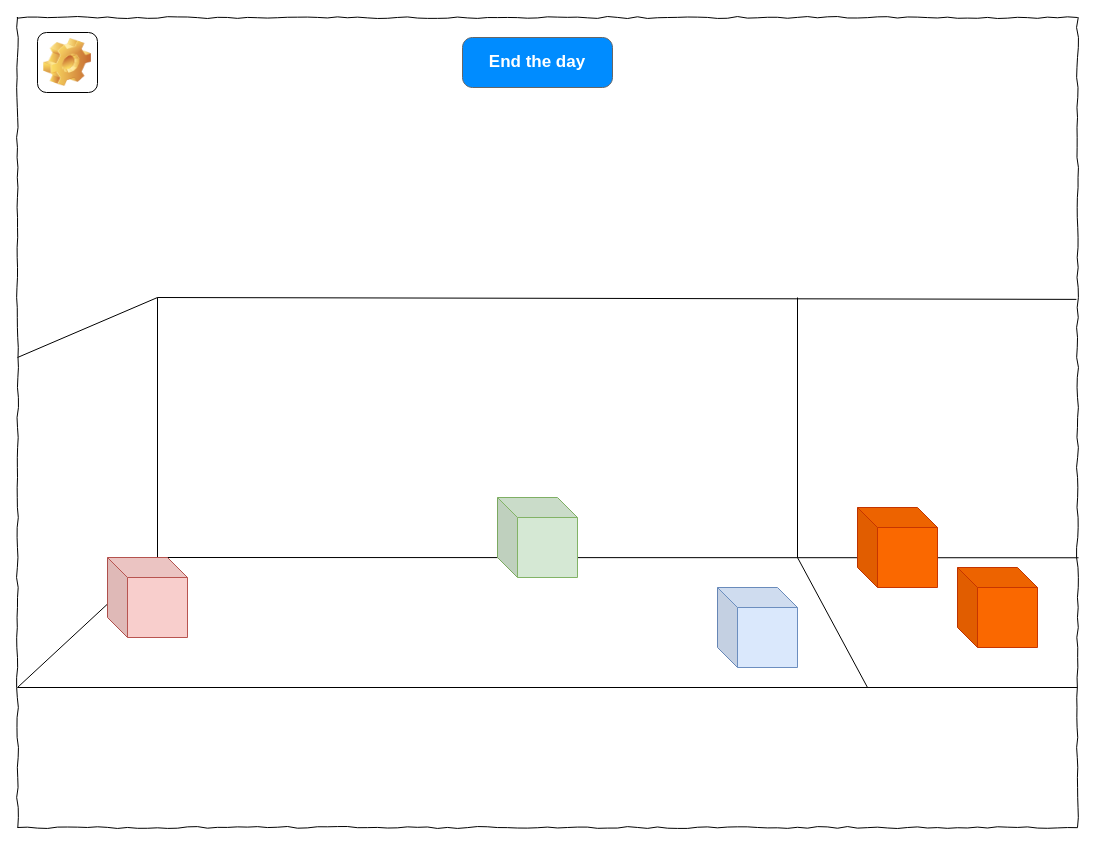
ZoraJayKay/User-Interface-Programming-Assessment-2 keeps this draw.io diagram as Diagrams/Game world.drawio. Above is the earlier version. Source tidied: cells renumbered, new cells numbered last; positions are measured from the earlier drawing's top-left corner, leaving out a move shared by most shapes. Both pictures are drawn from the tidied source at 100%, with x=0, y=0 at pixel (17, 17).
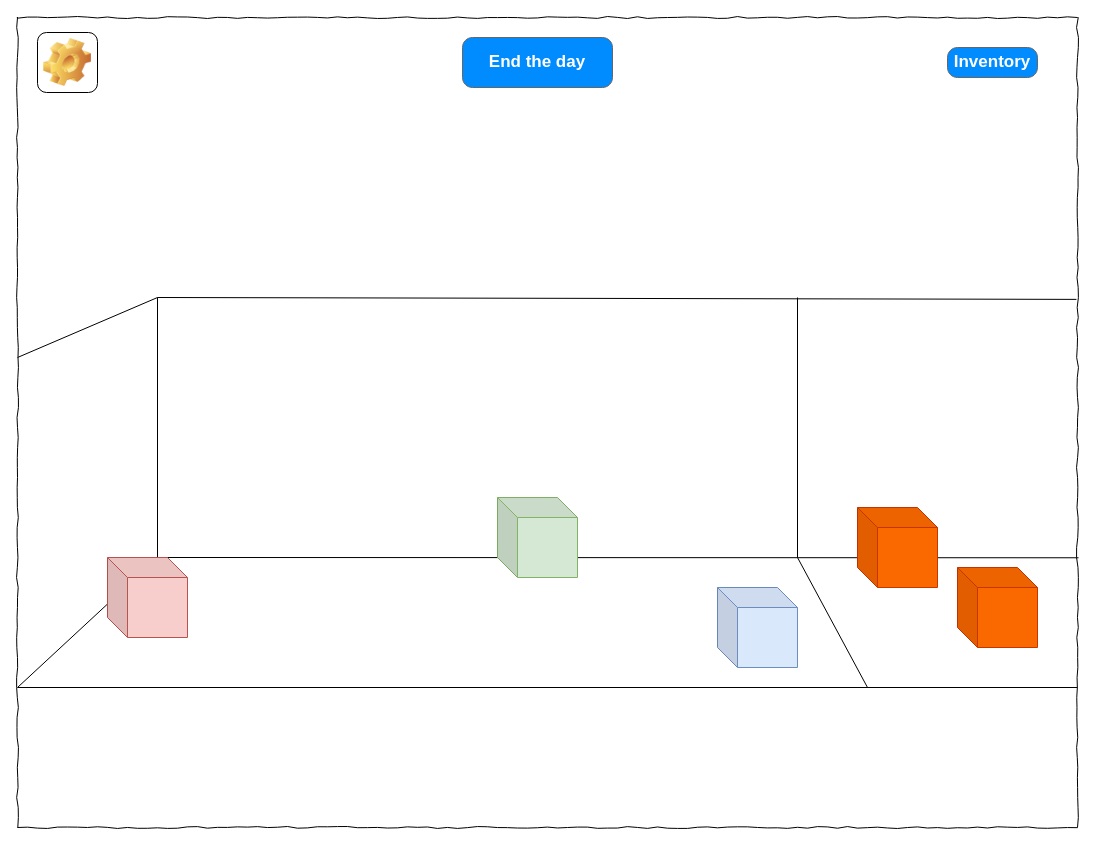
After the change.

Change to the diagram source:
```diff
@@
+    <mxCell id="18" value="Inventory" style="strokeWidth=1;shadow=0;dashed=0;align=center;html=1;shape=mxgraph.mockup.buttons.button;strokeColor=#666666;fontColor=#ffffff;mainText=;buttonStyle=round;fontSize=17;fontStyle=1;fillColor=#008cff;whiteSpace=wrap;" parent="1" vertex="1">
+      <mxGeometry x="930" y="30" width="90" height="30" as="geometry" />
+    </mxCell>
```
